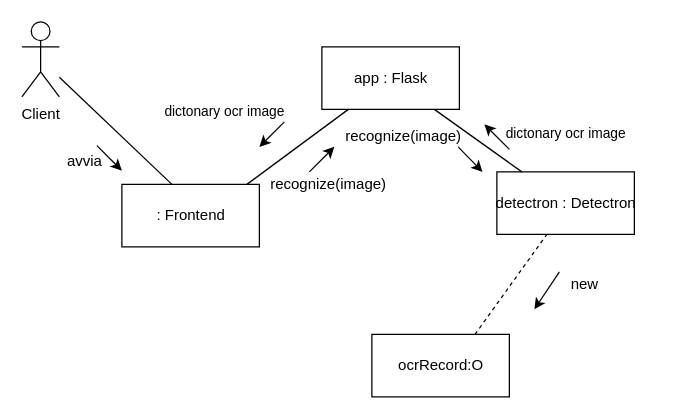
Earlier version of the draw.io diagram report/uml_comm.drawio (Andrew-Wyn/ing_SW_DIL). Source tidied: cells renumbered, new cells numbered last; positions are measured from the earlier drawing's top-left corner, leaving out a move shared by most shapes. Both pictures are drawn from the tidied source at 125%, with x=0, y=0 at pixel (21, 21).
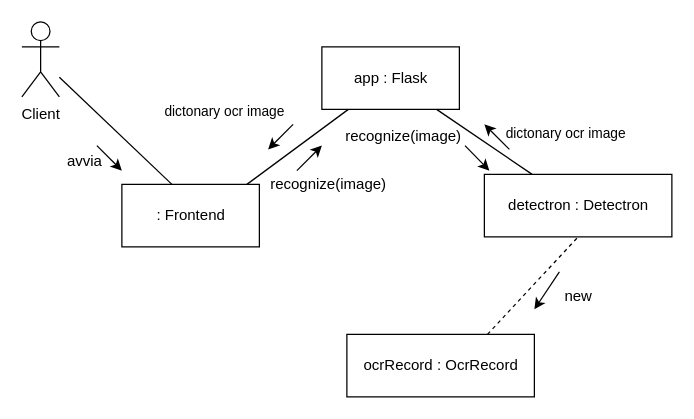
After the change.

The edit, as a diff of the source:
```diff
@@
     <mxCell id="4" value="detectron : Detectron" style="html=1;" parent="1" vertex="1">
-      <mxGeometry x="380" y="120" width="110" height="50" as="geometry" />
+      <mxGeometry x="370" y="122" width="150" height="50" as="geometry" />
     </mxCell>
-    <mxCell id="5" value="ocrRecord:O" style="html=1;" parent="1" vertex="1">
-      <mxGeometry x="280" y="250" width="110" height="50" as="geometry" />
+    <mxCell id="5" value="ocrRecord : OcrRecord" style="html=1;" parent="1" vertex="1">
+      <mxGeometry x="260" y="250" width="150" height="50" as="geometry" />
     </mxCell>
@@
     <mxCell id="7" style="endArrow=classic;html=1;" parent="1" edge="1">
       <mxGeometry relative="1" as="geometry">
-        <mxPoint x="230" y="120" as="sourcePoint" />
-        <mxPoint x="250" y="100" as="targetPoint" />
+        <mxPoint x="220" y="119" as="sourcePoint" />
+        <mxPoint x="240" y="99" as="targetPoint" />
       </mxGeometry>
     </mxCell>
@@
     <mxCell id="9" style="endArrow=classic;html=1;" parent="1" edge="1">
       <mxGeometry relative="1" as="geometry">
-        <mxPoint x="210" y="80" as="sourcePoint" />
-        <mxPoint x="190" y="100" as="targetPoint" />
+        <mxPoint x="217" y="82" as="sourcePoint" />
+        <mxPoint x="197" y="102" as="targetPoint" />
       </mxGeometry>
     </mxCell>
@@
     <mxCell id="12" style="endArrow=classic;html=1;" parent="1" edge="1">
       <mxGeometry relative="1" as="geometry">
-        <mxPoint x="349" y="100" as="sourcePoint" />
-        <mxPoint x="368.5" y="120" as="targetPoint" />
+        <mxPoint x="354.5" y="99" as="sourcePoint" />
+        <mxPoint x="374" y="119" as="targetPoint" />
         <Array as="points">
-          <mxPoint x="348.5" y="100" />
+          <mxPoint x="354" y="99" />
         </Array>
       </mxGeometry>
     </mxCell>
@@
-    <mxCell id="16" style="endArrow=none;dashed=1;html=1;exitX=0.75;exitY=0;exitDx=0;exitDy=0;" parent="1" edge="1" source="5">
-      <mxGeometry relative="1" as="geometry">
-        <mxPoint x="420" y="170" as="targetPoint" />
-      </mxGeometry>
+    <mxCell id="16" style="endArrow=none;dashed=1;html=1;exitX=0.75;exitY=0;exitDx=0;exitDy=0;entryX=0.5;entryY=1;entryDx=0;entryDy=0;" parent="1" edge="1" source="5" target="4">
+      <mxGeometry relative="1" as="geometry" />
     </mxCell>
@@
     <mxCell id="18" value="new" style="text;html=1;align=center;verticalAlign=middle;" parent="1" vertex="1">
-      <mxGeometry x="430" y="200" width="40" height="20" as="geometry" />
+      <mxGeometry x="425" y="210" width="40" height="20" as="geometry" />
     </mxCell>
```
